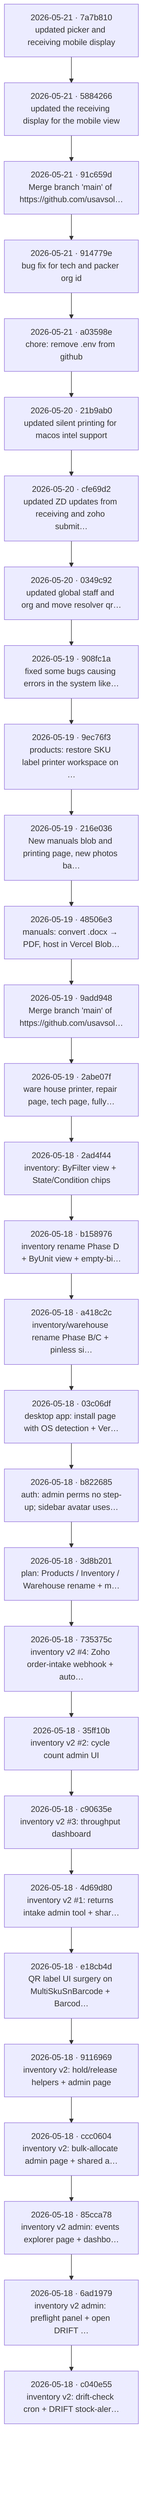
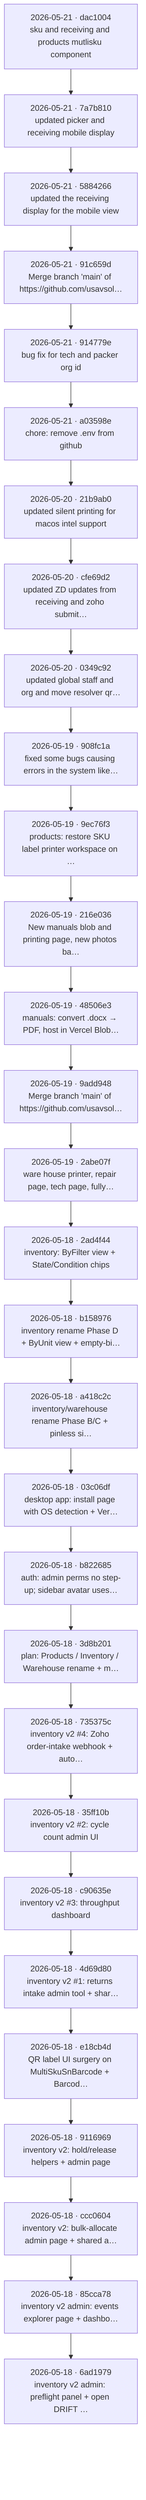
flowchart TB
-   c0["2026-05-21 · 7a7b810<br/>updated picker and receiving mobile display"]
-   c1["2026-05-21 · 5884266<br/>updated the receiving display for the mobile view"]
+   c0["2026-05-21 · dac1004<br/>sku and receiving and products mutlisku component"]
+   c1["2026-05-21 · 7a7b810<br/>updated picker and receiving mobile display"]
  c0 --> c1
-   c2["2026-05-21 · 91c659d<br/>Merge branch 'main' of https://github.com/usavsol…"]
+   c2["2026-05-21 · 5884266<br/>updated the receiving display for the mobile view"]
  c1 --> c2
-   c3["2026-05-21 · 914779e<br/>bug fix for tech and packer org id"]
+   c3["2026-05-21 · 91c659d<br/>Merge branch 'main' of https://github.com/usavsol…"]
  c2 --> c3
-   c4["2026-05-21 · a03598e<br/>chore: remove .env from github"]
+   c4["2026-05-21 · 914779e<br/>bug fix for tech and packer org id"]
  c3 --> c4
-   c5["2026-05-20 · 21b9ab0<br/>updated silent printing for macos intel support"]
+   c5["2026-05-21 · a03598e<br/>chore: remove .env from github"]
  c4 --> c5
-   c6["2026-05-20 · cfe69d2<br/>updated ZD updates from receiving and zoho submit…"]
+   c6["2026-05-20 · 21b9ab0<br/>updated silent printing for macos intel support"]
  c5 --> c6
-   c7["2026-05-20 · 0349c92<br/>updated global staff and org and move resolver qr…"]
+   c7["2026-05-20 · cfe69d2<br/>updated ZD updates from receiving and zoho submit…"]
  c6 --> c7
-   c8["2026-05-19 · 908fc1a<br/>fixed some bugs causing errors in the system like…"]
+   c8["2026-05-20 · 0349c92<br/>updated global staff and org and move resolver qr…"]
  c7 --> c8
-   c9["2026-05-19 · 9ec76f3<br/>products: restore SKU label printer workspace on …"]
+   c9["2026-05-19 · 908fc1a<br/>fixed some bugs causing errors in the system like…"]
  c8 --> c9
-   c10["2026-05-19 · 216e036<br/>New manuals blob and printing page, new photos ba…"]
+   c10["2026-05-19 · 9ec76f3<br/>products: restore SKU label printer workspace on …"]
  c9 --> c10
-   c11["2026-05-19 · 48506e3<br/>manuals: convert .docx → PDF, host in Vercel Blob…"]
+   c11["2026-05-19 · 216e036<br/>New manuals blob and printing page, new photos ba…"]
  c10 --> c11
-   c12["2026-05-19 · 9add948<br/>Merge branch 'main' of https://github.com/usavsol…"]
+   c12["2026-05-19 · 48506e3<br/>manuals: convert .docx → PDF, host in Vercel Blob…"]
  c11 --> c12
-   c13["2026-05-19 · 2abe07f<br/>ware house printer, repair page, tech page, fully…"]
+   c13["2026-05-19 · 9add948<br/>Merge branch 'main' of https://github.com/usavsol…"]
  c12 --> c13
-   c14["2026-05-18 · 2ad4f44<br/>inventory: ByFilter view + State/Condition chips"]
+   c14["2026-05-19 · 2abe07f<br/>ware house printer, repair page, tech page, fully…"]
  c13 --> c14
-   c15["2026-05-18 · b158976<br/>inventory rename Phase D + ByUnit view + empty-bi…"]
+   c15["2026-05-18 · 2ad4f44<br/>inventory: ByFilter view + State/Condition chips"]
  c14 --> c15
-   c16["2026-05-18 · a418c2c<br/>inventory/warehouse rename Phase B/C + pinless si…"]
+   c16["2026-05-18 · b158976<br/>inventory rename Phase D + ByUnit view + empty-bi…"]
  c15 --> c16
-   c17["2026-05-18 · 03c06df<br/>desktop app: install page with OS detection + Ver…"]
+   c17["2026-05-18 · a418c2c<br/>inventory/warehouse rename Phase B/C + pinless si…"]
  c16 --> c17
-   c18["2026-05-18 · b822685<br/>auth: admin perms no step-up; sidebar avatar uses…"]
+   c18["2026-05-18 · 03c06df<br/>desktop app: install page with OS detection + Ver…"]
  c17 --> c18
-   c19["2026-05-18 · 3d8b201<br/>plan: Products / Inventory / Warehouse rename + m…"]
+   c19["2026-05-18 · b822685<br/>auth: admin perms no step-up; sidebar avatar uses…"]
  c18 --> c19
-   c20["2026-05-18 · 735375c<br/>inventory v2 #4: Zoho order-intake webhook + auto…"]
+   c20["2026-05-18 · 3d8b201<br/>plan: Products / Inventory / Warehouse rename + m…"]
  c19 --> c20
-   c21["2026-05-18 · 35ff10b<br/>inventory v2 #2: cycle count admin UI"]
+   c21["2026-05-18 · 735375c<br/>inventory v2 #4: Zoho order-intake webhook + auto…"]
  c20 --> c21
-   c22["2026-05-18 · c90635e<br/>inventory v2 #3: throughput dashboard"]
+   c22["2026-05-18 · 35ff10b<br/>inventory v2 #2: cycle count admin UI"]
  c21 --> c22
-   c23["2026-05-18 · 4d69d80<br/>inventory v2 #1: returns intake admin tool + shar…"]
+   c23["2026-05-18 · c90635e<br/>inventory v2 #3: throughput dashboard"]
  c22 --> c23
-   c24["2026-05-18 · e18cb4d<br/>QR label UI surgery on MultiSkuSnBarcode + Barcod…"]
+   c24["2026-05-18 · 4d69d80<br/>inventory v2 #1: returns intake admin tool + shar…"]
  c23 --> c24
-   c25["2026-05-18 · 9116969<br/>inventory v2: hold/release helpers + admin page"]
+   c25["2026-05-18 · e18cb4d<br/>QR label UI surgery on MultiSkuSnBarcode + Barcod…"]
  c24 --> c25
-   c26["2026-05-18 · ccc0604<br/>inventory v2: bulk-allocate admin page + shared a…"]
+   c26["2026-05-18 · 9116969<br/>inventory v2: hold/release helpers + admin page"]
  c25 --> c26
-   c27["2026-05-18 · 85cca78<br/>inventory v2 admin: events explorer page + dashbo…"]
+   c27["2026-05-18 · ccc0604<br/>inventory v2: bulk-allocate admin page + shared a…"]
  c26 --> c27
-   c28["2026-05-18 · 6ad1979<br/>inventory v2 admin: preflight panel + open DRIFT …"]
+   c28["2026-05-18 · 85cca78<br/>inventory v2 admin: events explorer page + dashbo…"]
  c27 --> c28
-   c29["2026-05-18 · c040e55<br/>inventory v2: drift-check cron + DRIFT stock-aler…"]
+   c29["2026-05-18 · 6ad1979<br/>inventory v2 admin: preflight panel + open DRIFT …"]
  c28 --> c29